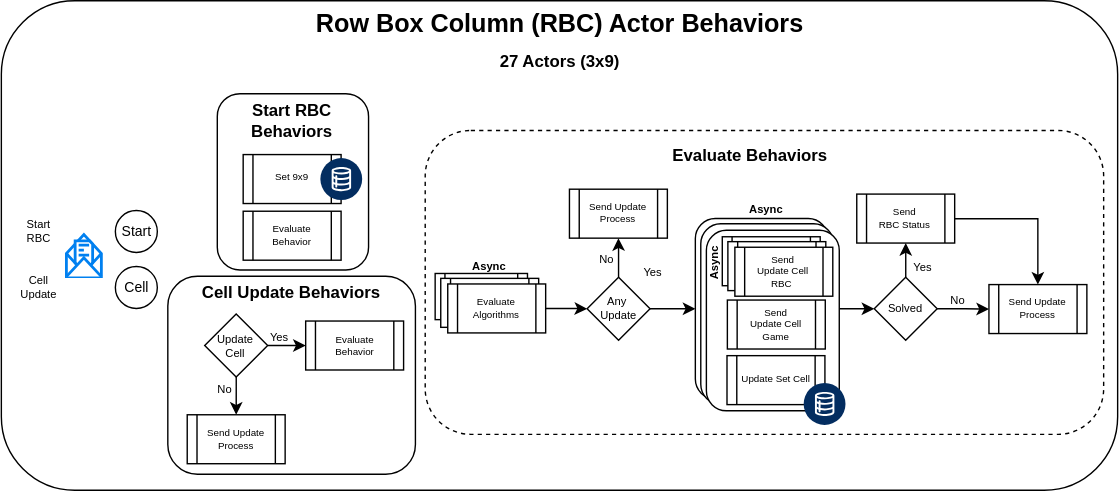
This is docs/RBCActor.svg from sunlao/py_sudoku_solver, a draw.io export, as it was before one commit. Source tidied: cells renumbered, new cells last; positions are measured from the earlier drawing's top-left corner, leaving out a move shared by most shapes.
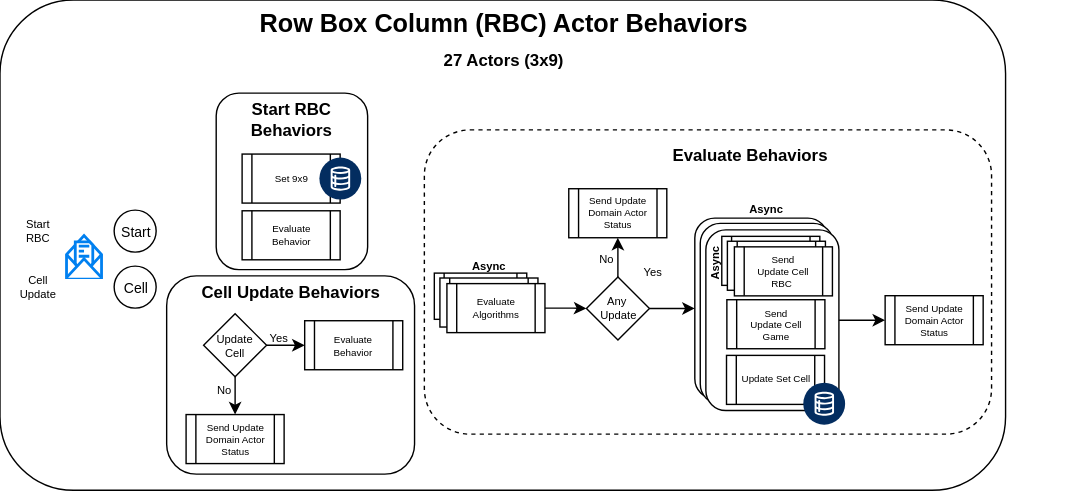
Later version of the same file.

Change to the diagram source:
```diff
@@ -3,14 +3,11 @@
     <mxCell id="0" />
     <mxCell id="1" parent="0" />
     <mxCell id="2" style="rounded=1;whiteSpace=wrap;html=1;" parent="1" vertex="1">
-      <mxGeometry width="798" height="350" as="geometry" />
+      <mxGeometry width="718" height="350" as="geometry" />
     </mxCell>
     <mxCell id="3" style="rounded=1;whiteSpace=wrap;html=1;dashed=1;" parent="1" vertex="1">
-      <mxGeometry x="303" y="92.8" width="485" height="217.2" as="geometry" />
+      <mxGeometry x="303" y="92.8" width="405" height="217.2" as="geometry" />
     </mxCell>
-    <mxCell id="4" style="edgeStyle=orthogonalEdgeStyle;rounded=0;jettySize=auto;html=1;entryX=0;entryY=0.5;entryDx=0;entryDy=0;" parent="1" edge="1" source="5" target="46">
-      <mxGeometry relative="1" as="geometry" />
-    </mxCell>
     <mxCell id="5" style="rounded=1;whiteSpace=wrap;html=1;" parent="1" vertex="1">
       <mxGeometry x="496.1" y="155.8" width="95" height="129" as="geometry" />
     </mxCell>
@@ -65,7 +62,7 @@
     <mxCell id="22" value="Update Set Cell" style="shape=process;whiteSpace=wrap;html=1;backgroundOutline=1;fontSize=7;" parent="1" vertex="1">
       <mxGeometry x="518.7" y="253.8" width="70" height="35" as="geometry" />
     </mxCell>
-    <mxCell id="23" value="Send Update Process" style="shape=process;whiteSpace=wrap;html=1;backgroundOutline=1;fontSize=7;" parent="1" vertex="1">
+    <mxCell id="23" value="Send Update Domain Actor Status" style="shape=process;whiteSpace=wrap;html=1;backgroundOutline=1;fontSize=7;" parent="1" vertex="1">
       <mxGeometry x="406.1" y="134.8" width="70" height="35" as="geometry" />
     </mxCell>
     <mxCell id="24" style="verticalLabelPosition=bottom;html=1;shape=mxgraph.salesforce.data2;fillColorStyles=fillColor2,fillColor3;fillColor2=#032d60;fillColor3=#ffffff;fillColor=none;strokeColor=none;" parent="1" vertex="1">
@@ -112,41 +109,23 @@
       <mxGeometry x="121" y="194" width="173" height="30" as="geometry" />
     </mxCell>
     <mxCell id="37" value="Row Box Column (RBC) Actor Behaviors" style="text;html=1;whiteSpace=wrap;strokeColor=none;fillColor=none;align=center;verticalAlign=middle;rounded=0;fontStyle=1;fontSize=18;" parent="1" vertex="1">
-      <mxGeometry x="1" y="3" width="797" height="27" as="geometry" />
+      <mxGeometry x="1" y="3" width="717" height="27" as="geometry" />
     </mxCell>
     <mxCell id="38" value="27 Actors (3x9)" style="text;html=1;whiteSpace=wrap;strokeColor=none;fillColor=none;align=center;verticalAlign=middle;rounded=0;fontStyle=1;fontSize=12;" parent="1" vertex="1">
-      <mxGeometry x="1" y="30" width="797" height="27" as="geometry" />
+      <mxGeometry x="1" y="30" width="717" height="27" as="geometry" />
     </mxCell>
     <mxCell id="39" style="verticalLabelPosition=bottom;html=1;shape=mxgraph.salesforce.data2;fillColorStyles=fillColor2,fillColor3;fillColor2=#032d60;fillColor3=#ffffff;fillColor=none;strokeColor=none;" parent="1" vertex="1">
       <mxGeometry x="228" y="112.5" width="30" height="30" as="geometry" />
     </mxCell>
-    <mxCell id="40" value="Send Update Process" style="shape=process;whiteSpace=wrap;html=1;backgroundOutline=1;fontSize=7;" parent="1" vertex="1">
+    <mxCell id="40" value="Send Update Domain Actor Status" style="shape=process;whiteSpace=wrap;html=1;backgroundOutline=1;fontSize=7;" parent="1" vertex="1">
       <mxGeometry x="132.9" y="296" width="70" height="35" as="geometry" />
     </mxCell>
-    <mxCell id="41" value="Send Update Process" style="shape=process;whiteSpace=wrap;html=1;backgroundOutline=1;fontSize=7;" parent="1" vertex="1">
-      <mxGeometry x="706" y="202.9" width="70" height="35" as="geometry" />
+    <mxCell id="41" value="Send Update Domain Actor Status" style="shape=process;whiteSpace=wrap;html=1;backgroundOutline=1;fontSize=7;" parent="1" vertex="1">
+      <mxGeometry x="632" y="211.1" width="70" height="35" as="geometry" />
     </mxCell>
-    <mxCell id="42" style="edgeStyle=orthogonalEdgeStyle;rounded=0;jettySize=auto;html=1;" parent="1" edge="1" source="43" target="41">
-      <mxGeometry relative="1" as="geometry" />
-    </mxCell>
-    <mxCell id="43" value="Send&lt;br&gt;RBC Status" style="shape=process;whiteSpace=wrap;html=1;backgroundOutline=1;fontSize=7;" parent="1" vertex="1">
-      <mxGeometry x="611.5" y="138.2" width="70" height="35" as="geometry" />
-    </mxCell>
-    <mxCell id="44" style="edgeStyle=orthogonalEdgeStyle;rounded=0;jettySize=auto;html=1;entryX=0;entryY=0.5;entryDx=0;entryDy=0;" parent="1" edge="1" source="46" target="41">
+    <mxCell id="44" style="edgeStyle=orthogonalEdgeStyle;rounded=0;jettySize=auto;html=1;entryX=0;entryY=0.5;entryDx=0;entryDy=0;" parent="1" edge="1" source="8" target="41">
       <mxGeometry relative="1" as="geometry" />
     </mxCell>
-    <mxCell id="45" style="edgeStyle=orthogonalEdgeStyle;rounded=0;jettySize=auto;html=1;" parent="1" edge="1" source="46" target="43">
-      <mxGeometry relative="1" as="geometry" />
-    </mxCell>
-    <mxCell id="46" value="Solved" style="rhombus;whiteSpace=wrap;html=1;fontSize=8;" parent="1" vertex="1">
-      <mxGeometry x="624" y="197.8" width="45" height="45" as="geometry" />
-    </mxCell>
-    <mxCell id="47" value="No" style="text;html=1;whiteSpace=wrap;strokeColor=none;fillColor=none;align=center;verticalAlign=middle;rounded=0;fontSize=8;" parent="1" vertex="1">
-      <mxGeometry x="674" y="207.5" width="20" height="12.5" as="geometry" />
-    </mxCell>
-    <mxCell id="48" value="Yes" style="text;html=1;whiteSpace=wrap;strokeColor=none;fillColor=none;align=center;verticalAlign=middle;rounded=0;fontSize=8;" parent="1" vertex="1">
-      <mxGeometry x="649" y="184.5" width="20" height="12.5" as="geometry" />
-    </mxCell>
     <mxCell id="49" value="Async" style="text;html=1;whiteSpace=wrap;strokeColor=none;fillColor=none;align=center;verticalAlign=middle;rounded=0;fontSize=8;fontStyle=1;" parent="1" vertex="1">
       <mxGeometry x="339.1" y="183.2" width="20" height="12.5" as="geometry" />
     </mxCell>
```
